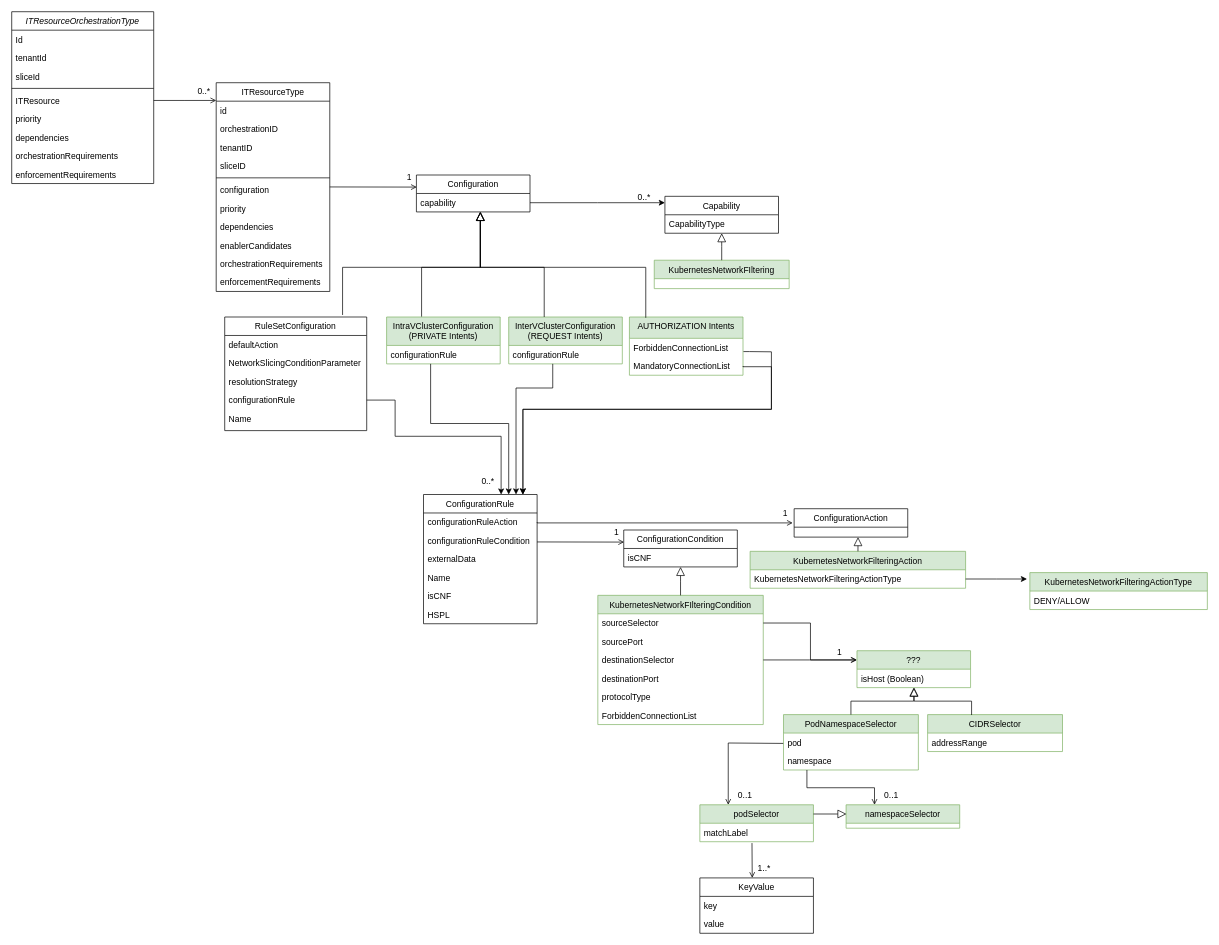
frapizzato/fluidos-security-borders keeps this draw.io diagram as docs/images/source_files/MSPL_extension_schema.drawio. Above is the earlier version. Source tidied: cells renumbered, new cells numbered last; positions are measured from the earlier drawing's top-left corner, leaving out a move shared by most shapes. Both pictures are drawn from the tidied source at 71%, with x=0, y=0 at pixel (11, 11).
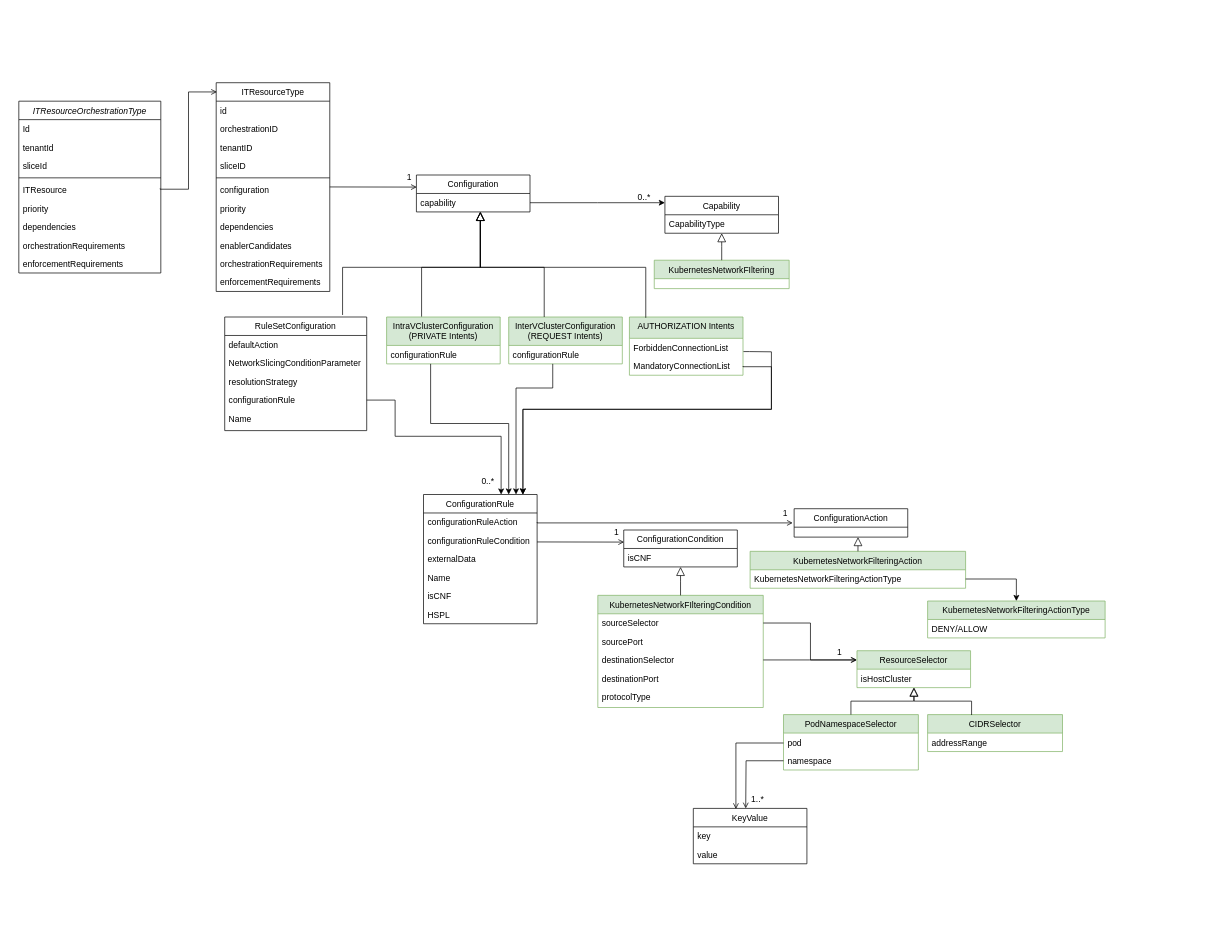
The same diagram, later.

Unchanged cells that the change refers to:
```xml
<mxCell id="7" value="ITResource" style="text;align=left;verticalAlign=top;spacingLeft=4;spacingRight=4;overflow=hidden;points=[[0,0.5],[1,0.5]];portConstraint=eastwest;" parent="2" vertex="1">
  <mxGeometry y="112" width="200" height="26" as="geometry" />
</mxCell>
<mxCell id="12" value="ITResourceType" style="swimlane;fontStyle=0;align=center;verticalAlign=top;horizontal=1;startSize=26;rounded=0;shadow=0;strokeWidth=1;" parent="1" vertex="1">
  <mxGeometry x="288" y="100" width="160" height="294" as="geometry" />
</mxCell>
<mxCell id="75" value="destinationSelector" style="text;align=left;verticalAlign=top;spacingLeft=4;spacingRight=4;overflow=hidden;points=[[0,0.5],[1,0.5]];portConstraint=eastwest;" parent="72" vertex="1">
  <mxGeometry y="78" width="233" height="26" as="geometry" />
</mxCell>
<mxCell id="92" value="pod" style="text;align=left;verticalAlign=top;spacingLeft=4;spacingRight=4;overflow=hidden;points=[[0,0.5],[1,0.5]];portConstraint=eastwest;" parent="91" vertex="1">
  <mxGeometry y="26" width="190" height="26" as="geometry" />
</mxCell>
<mxCell id="93" value="namespace" style="text;align=left;verticalAlign=top;spacingLeft=4;spacingRight=4;overflow=hidden;points=[[0,0.5],[1,0.5]];portConstraint=eastwest;" parent="91" vertex="1">
  <mxGeometry y="52" width="190" height="26" as="geometry" />
</mxCell>
<mxCell id="114" value="KubernetesNetworkFilteringAction" style="swimlane;fontStyle=0;align=center;verticalAlign=top;horizontal=1;startSize=26;rounded=0;shadow=0;strokeWidth=1;fillColor=#d5e8d4;strokeColor=#82b366;" parent="1" vertex="1">
  <mxGeometry x="1040" y="760" width="303.5" height="52" as="geometry" />
</mxCell>
<mxCell id="116" value="KubernetesNetworkFilteringActionType" style="text;align=left;verticalAlign=top;spacingLeft=4;spacingRight=4;overflow=hidden;points=[[0,0.5],[1,0.5]];portConstraint=eastwest;" parent="114" vertex="1">
  <mxGeometry y="26" width="303.5" height="26" as="geometry" />
</mxCell>
```

The edit, as a diff of the source:
```diff
@@
     <mxCell id="2" value="ITResourceOrchestrationType" style="swimlane;fontStyle=2;align=center;verticalAlign=top;horizontal=1;startSize=26;rounded=0;shadow=0;strokeWidth=1;" parent="1" vertex="1">
-      <mxGeometry width="200" height="242" as="geometry" />
+      <mxGeometry x="10" y="126" width="200" height="242" as="geometry" />
     </mxCell>
@@
-    <mxCell id="24" style="endArrow=open;shadow=0;strokeWidth=1;rounded=0;endFill=1;edgeStyle=elbowEdgeStyle;elbow=vertical;exitX=1;exitY=0.5;exitDx=0;exitDy=0;" parent="1" edge="1" source="7" target="12">
+    <mxCell id="24" style="endArrow=open;shadow=0;strokeWidth=1;rounded=0;endFill=1;edgeStyle=orthogonalEdgeStyle;elbow=vertical;exitX=1;exitY=0.5;exitDx=0;exitDy=0;" parent="1" edge="1">
       <mxGeometry x="0.5" y="41" relative="1" as="geometry">
+        <mxPoint x="209" y="249" as="sourcePoint" />
+        <mxPoint x="289" y="113" as="targetPoint" />
+        <Array as="points">
+          <mxPoint x="209" y="250" />
+          <mxPoint x="249" y="250" />
+          <mxPoint x="249" y="113" />
+        </Array>
         <mxPoint x="-40" y="32" as="offset" />
       </mxGeometry>
     </mxCell>
-    <mxCell id="25" value="0..*" style="align=left;verticalAlign=bottom;labelBackgroundColor=none;fontSize=12;" parent="24" vertex="1">
-      <mxGeometry x="-1" relative="1" as="geometry">
-        <mxPoint x="60" y="-4" as="offset" />
-      </mxGeometry>
-    </mxCell>
@@
     <mxCell id="72" value="KubernetesNetworkFIlteringCondition" style="swimlane;fontStyle=0;align=center;verticalAlign=top;horizontal=1;startSize=26;rounded=0;shadow=0;strokeWidth=1;fillColor=#d5e8d4;strokeColor=#82b366;" parent="1" vertex="1">
-      <mxGeometry x="825.5" y="822" width="233" height="182" as="geometry" />
+      <mxGeometry x="825.5" y="822" width="233" height="158" as="geometry" />
     </mxCell>
@@
-    <mxCell id="78" value="ForbiddenConnectionList" style="text;align=left;verticalAlign=top;spacingLeft=4;spacingRight=4;overflow=hidden;" parent="72" vertex="1">
-      <mxGeometry y="156" width="233" height="26" as="geometry" />
-    </mxCell>
@@
-    <mxCell id="87" value="???" style="swimlane;fontStyle=0;align=center;verticalAlign=top;horizontal=1;startSize=26;rounded=0;shadow=0;strokeWidth=1;fillColor=#d5e8d4;strokeColor=#82b366;" parent="1" vertex="1">
+    <mxCell id="87" value="ResourceSelector" style="swimlane;fontStyle=0;align=center;verticalAlign=top;horizontal=1;startSize=26;rounded=0;shadow=0;strokeWidth=1;fillColor=#d5e8d4;strokeColor=#82b366;" parent="1" vertex="1">
       <mxGeometry x="1190.5" y="900" width="160" height="52" as="geometry" />
     </mxCell>
-    <mxCell id="88" value="isHost (Boolean)" style="text;align=left;verticalAlign=top;spacingLeft=4;spacingRight=4;overflow=hidden;points=[[0,0.5],[1,0.5]];portConstraint=eastwest;" parent="87" vertex="1">
+    <mxCell id="88" value="isHostCluster" style="text;align=left;verticalAlign=top;spacingLeft=4;spacingRight=4;overflow=hidden;points=[[0,0.5],[1,0.5]];portConstraint=eastwest;" parent="87" vertex="1">
       <mxGeometry y="26" width="160" height="26" as="geometry" />
     </mxCell>
-    <mxCell id="89" style="endArrow=open;shadow=0;strokeWidth=1;rounded=0;endFill=0;edgeStyle=elbowEdgeStyle;exitX=1;exitY=0.5;exitDx=0;exitDy=0;" parent="1" edge="1" source="72">
+    <mxCell id="89" style="endArrow=open;shadow=0;strokeWidth=1;rounded=0;endFill=0;edgeStyle=elbowEdgeStyle;exitX=1;exitY=0.5;exitDx=0;exitDy=0;" parent="1" edge="1" source="75">
       <mxGeometry x="0.5" y="41" relative="1" as="geometry">
         <mxPoint x="1190" y="913" as="targetPoint" />
         <mxPoint x="-40" y="32" as="offset" />
       </mxGeometry>
     </mxCell>
@@
-    <mxCell id="98" style="endArrow=open;shadow=0;strokeWidth=1;rounded=0;endFill=0;edgeStyle=elbowEdgeStyle;elbow=vertical;entryX=0.25;entryY=0;entryDx=0;entryDy=0;exitX=0.12;exitY=1.114;exitDx=0;exitDy=0;exitPerimeter=0;" parent="1" edge="1" target="101">
-      <mxGeometry x="0.5" y="41" relative="1" as="geometry">
-        <mxPoint x="1120" y="1068" as="sourcePoint" />
-        <mxPoint x="-40" y="32" as="offset" />
-      </mxGeometry>
-    </mxCell>
-    <mxCell id="99" style="align=left;verticalAlign=bottom;labelBackgroundColor=none;fontSize=12;" parent="98" vertex="1">
-      <mxGeometry x="-1" relative="1" as="geometry">
-        <mxPoint x="90" y="-5" as="offset" />
-      </mxGeometry>
-    </mxCell>
-    <mxCell id="100" value="0..1" style="align=right;verticalAlign=bottom;labelBackgroundColor=none;fontSize=12;" parent="98" vertex="1">
-      <mxGeometry x="1" relative="1" as="geometry">
-        <mxPoint x="35" y="-5" as="offset" />
-      </mxGeometry>
-    </mxCell>
-    <mxCell id="101" value="namespaceSelector" style="swimlane;fontStyle=0;align=center;verticalAlign=top;horizontal=1;startSize=26;rounded=0;shadow=0;strokeWidth=1;fillColor=#d5e8d4;strokeColor=#82b366;" parent="1" vertex="1">
-      <mxGeometry x="1175.2" y="1117" width="160" height="33" as="geometry" />
-    </mxCell>
-    <mxCell id="102" style="endArrow=open;shadow=0;strokeWidth=1;rounded=0;endFill=0;edgeStyle=elbowEdgeStyle;elbow=vertical;entryX=0.25;entryY=0;entryDx=0;entryDy=0;exitX=-0.002;exitY=0.56;exitDx=0;exitDy=0;exitPerimeter=0;" parent="1" edge="1" source="92" target="105">
-      <mxGeometry x="0.5" y="41" relative="1" as="geometry">
-        <Array as="points">
-          <mxPoint x="1040" y="1030" />
-        </Array>
-        <mxPoint x="-40" y="32" as="offset" />
-      </mxGeometry>
-    </mxCell>
-    <mxCell id="103" style="align=left;verticalAlign=bottom;labelBackgroundColor=none;fontSize=12;" parent="102" vertex="1">
-      <mxGeometry x="-1" relative="1" as="geometry">
-        <mxPoint x="90" y="-5" as="offset" />
-      </mxGeometry>
-    </mxCell>
-    <mxCell id="104" value="0..1" style="align=right;verticalAlign=bottom;labelBackgroundColor=none;fontSize=12;" parent="102" vertex="1">
-      <mxGeometry x="1" relative="1" as="geometry">
-        <mxPoint x="35" y="-5" as="offset" />
-      </mxGeometry>
-    </mxCell>
-    <mxCell id="105" value="podSelector" style="swimlane;fontStyle=0;align=center;verticalAlign=top;horizontal=1;startSize=26;rounded=0;shadow=0;strokeWidth=1;fillColor=#d5e8d4;strokeColor=#82b366;" parent="1" vertex="1">
-      <mxGeometry x="969.2" y="1117" width="160" height="52" as="geometry" />
-    </mxCell>
-    <mxCell id="106" value="matchLabel" style="text;align=left;verticalAlign=top;spacingLeft=4;spacingRight=4;overflow=hidden;points=[[0,0.5],[1,0.5]];portConstraint=eastwest;" parent="105" vertex="1">
-      <mxGeometry y="26" width="160" height="26" as="geometry" />
-    </mxCell>
     <mxCell id="107" value="KeyValue" style="swimlane;fontStyle=0;align=center;verticalAlign=top;horizontal=1;startSize=26;rounded=0;shadow=0;strokeWidth=1;" parent="1" vertex="1">
-      <mxGeometry x="969.2" y="1220" width="160" height="78" as="geometry" />
+      <mxGeometry x="960" y="1122.1" width="160" height="78" as="geometry" />
     </mxCell>
@@
-    <mxCell id="110" style="endArrow=open;shadow=0;strokeWidth=1;rounded=0;endFill=0;elbow=vertical;exitX=0.459;exitY=1.074;exitDx=0;exitDy=0;exitPerimeter=0;" parent="1" edge="1" source="106">
+    <mxCell id="110" style="endArrow=open;shadow=0;strokeWidth=1;rounded=0;endFill=0;elbow=vertical;edgeStyle=orthogonalEdgeStyle;exitX=0;exitY=0.5;exitDx=0;exitDy=0;" parent="1" edge="1" source="93">
       <mxGeometry x="0.5" y="41" relative="1" as="geometry">
-        <mxPoint x="1043" y="1220" as="targetPoint" />
+        <mxPoint x="1033.8" y="1122.1" as="targetPoint" />
         <mxPoint x="-40" y="32" as="offset" />
       </mxGeometry>
     </mxCell>
@@
-    <mxCell id="113" style="endArrow=block;endSize=10;endFill=0;shadow=0;strokeWidth=1;rounded=0;edgeStyle=elbowEdgeStyle;elbow=vertical;exitX=1;exitY=0.25;exitDx=0;exitDy=0;entryX=0.003;entryY=0.37;entryDx=0;entryDy=0;entryPerimeter=0;" parent="1" edge="1" source="105" target="101">
-      <mxGeometry relative="1" as="geometry">
-        <Array as="points">
-          <mxPoint x="1150" y="1130" />
-        </Array>
-      </mxGeometry>
-    </mxCell>
@@
-    <mxCell id="115" style="edgeStyle=orthogonalEdgeStyle;rounded=0;jettySize=auto;html=1;" parent="114" edge="1" source="116">
-      <mxGeometry relative="1" as="geometry">
-        <mxPoint x="390" y="39" as="targetPoint" />
-      </mxGeometry>
-    </mxCell>
@@
     <mxCell id="118" value="KubernetesNetworkFilteringActionType" style="swimlane;fontStyle=0;align=center;verticalAlign=top;horizontal=1;startSize=26;rounded=0;shadow=0;strokeWidth=1;fillColor=#d5e8d4;strokeColor=#82b366;" parent="1" vertex="1">
-      <mxGeometry x="1434" y="790" width="250" height="52" as="geometry" />
+      <mxGeometry x="1290" y="830" width="250" height="52" as="geometry" />
     </mxCell>
@@
+    <mxCell id="120" style="endArrow=open;shadow=0;strokeWidth=1;rounded=0;endFill=0;elbow=vertical;edgeStyle=orthogonalEdgeStyle;entryX=0.375;entryY=0.05;entryDx=0;entryDy=0;entryPerimeter=0;" parent="1" edge="1" source="92">
+      <mxGeometry x="0.5" y="41" relative="1" as="geometry">
+        <mxPoint x="1020" y="1123" as="targetPoint" />
+        <Array as="points">
+          <mxPoint x="1020" y="1030" />
+        </Array>
+        <mxPoint x="-40" y="32" as="offset" />
+      </mxGeometry>
+    </mxCell>
+    <mxCell id="121" style="align=left;verticalAlign=bottom;labelBackgroundColor=none;fontSize=12;" parent="120" vertex="1">
+      <mxGeometry x="-1" relative="1" as="geometry">
+        <mxPoint x="90" y="-5" as="offset" />
+      </mxGeometry>
+    </mxCell>
+    <mxCell id="115" style="edgeStyle=orthogonalEdgeStyle;rounded=0;jettySize=auto;html=1;entryX=0.5;entryY=0;entryDx=0;entryDy=0;" parent="1" edge="1" source="116" target="118">
+      <mxGeometry relative="1" as="geometry" />
+    </mxCell>
```
